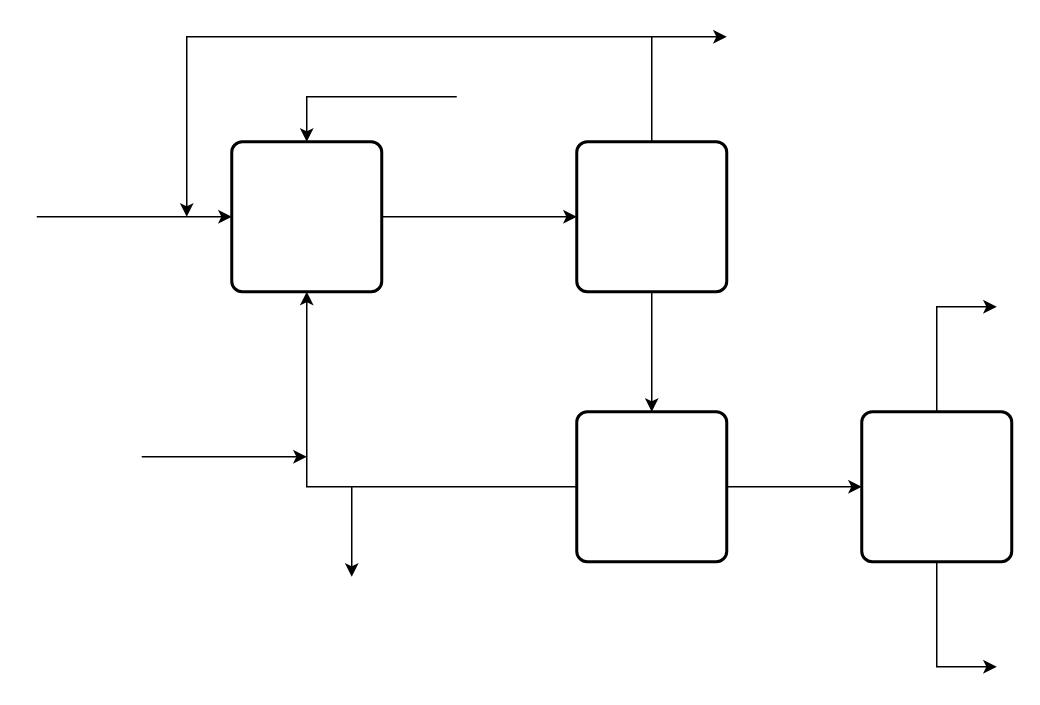
Before: Untitled Diagram.drawio in MananMohnot/DesignLab1CFD, a draw.io diagram. Source tidied: cells renumbered, new cells numbered last; positions are measured from the earlier drawing's top-left corner, leaving out a move shared by most shapes. Both pictures are drawn from the tidied source at 150%, with x=0, y=0 at pixel (36, 36).
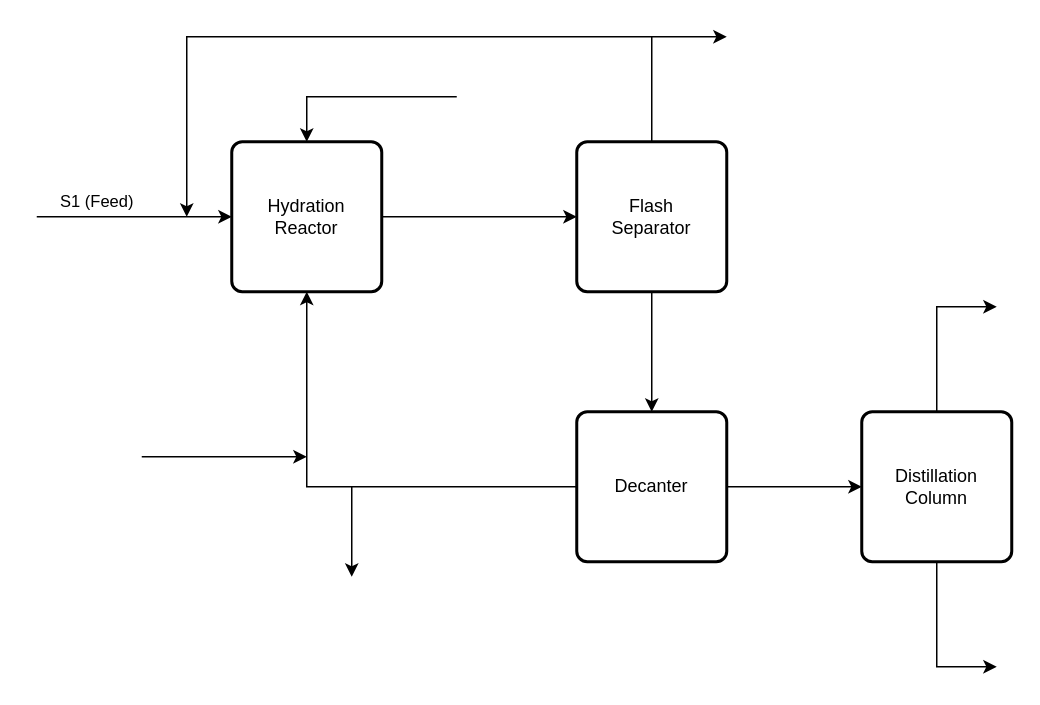
The same diagram, later.

Diff of the diagram source:
```diff
@@
-    <mxCell id="3" style="rounded=1;whiteSpace=wrap;html=1;absoluteArcSize=1;arcSize=14;strokeWidth=2;" parent="1" vertex="1">
+    <mxCell id="3" value="Hydration &lt;br&gt;Reactor" style="rounded=1;whiteSpace=wrap;html=1;absoluteArcSize=1;arcSize=14;strokeWidth=2;" parent="1" vertex="1">
       <mxGeometry x="130" y="70" width="100" height="100" as="geometry" />
     </mxCell>
@@
-    <mxCell id="6" style="rounded=1;whiteSpace=wrap;html=1;absoluteArcSize=1;arcSize=14;strokeWidth=2;" parent="1" vertex="1">
+    <mxCell id="6" value="Flash&lt;br&gt;Separator" style="rounded=1;whiteSpace=wrap;html=1;absoluteArcSize=1;arcSize=14;strokeWidth=2;" parent="1" vertex="1">
       <mxGeometry x="360" y="70" width="100" height="100" as="geometry" />
     </mxCell>
@@
-    <mxCell id="9" style="rounded=1;whiteSpace=wrap;html=1;absoluteArcSize=1;arcSize=14;strokeWidth=2;" parent="1" vertex="1">
+    <mxCell id="9" value="Decanter" style="rounded=1;whiteSpace=wrap;html=1;absoluteArcSize=1;arcSize=14;strokeWidth=2;" parent="1" vertex="1">
       <mxGeometry x="360" y="250" width="100" height="100" as="geometry" />
     </mxCell>
@@
-    <mxCell id="11" style="rounded=1;whiteSpace=wrap;html=1;absoluteArcSize=1;arcSize=14;strokeWidth=2;" parent="1" vertex="1">
+    <mxCell id="11" value="Distillation&lt;br&gt;Column" style="rounded=1;whiteSpace=wrap;html=1;absoluteArcSize=1;arcSize=14;strokeWidth=2;" parent="1" vertex="1">
       <mxGeometry x="550" y="250" width="100" height="100" as="geometry" />
     </mxCell>
@@
-    <mxCell id="13" style="endArrow=classic;html=1;rounded=0;entryX=0;entryY=0.5;entryDx=0;entryDy=0;" parent="1" edge="1" target="3">
-      <mxGeometry relative="1" as="geometry">
+    <mxCell id="13" value="S1 (Feed)" style="endArrow=classic;html=1;rounded=0;entryX=0;entryY=0.5;entryDx=0;entryDy=0;" parent="1" edge="1" target="3">
+      <mxGeometry x="-0.38" y="10" relative="1" as="geometry">
         <mxPoint y="120" as="sourcePoint" />
       </mxGeometry>
     </mxCell>
```
